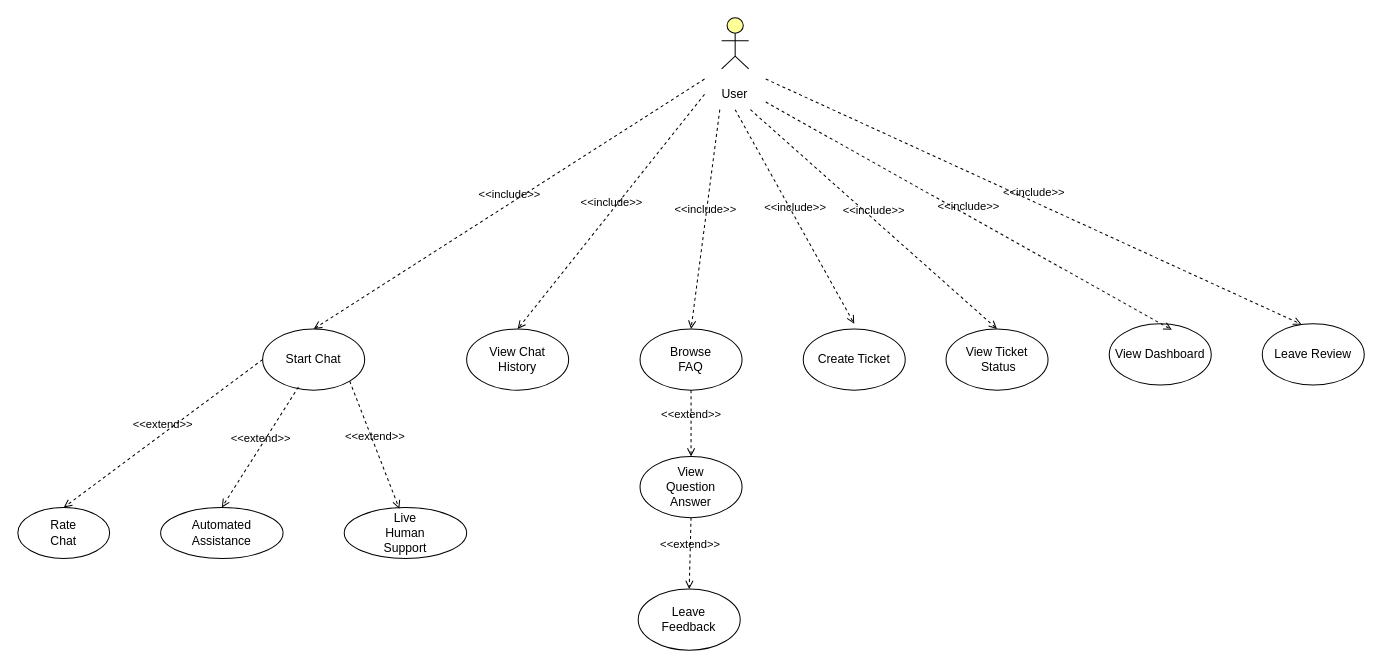
AlexandraMariasiu/UBB-SE-2026-CloudSpritzers keeps this draw.io diagram as planning/UserUseCaseDiagram.drawio. Above is the earlier version. Source tidied: cells renumbered, new cells numbered last; positions are measured from the earlier drawing's top-left corner, leaving out a move shared by most shapes. Both pictures are drawn from the tidied source at 102%, with x=0, y=0 at pixel (17, 17).
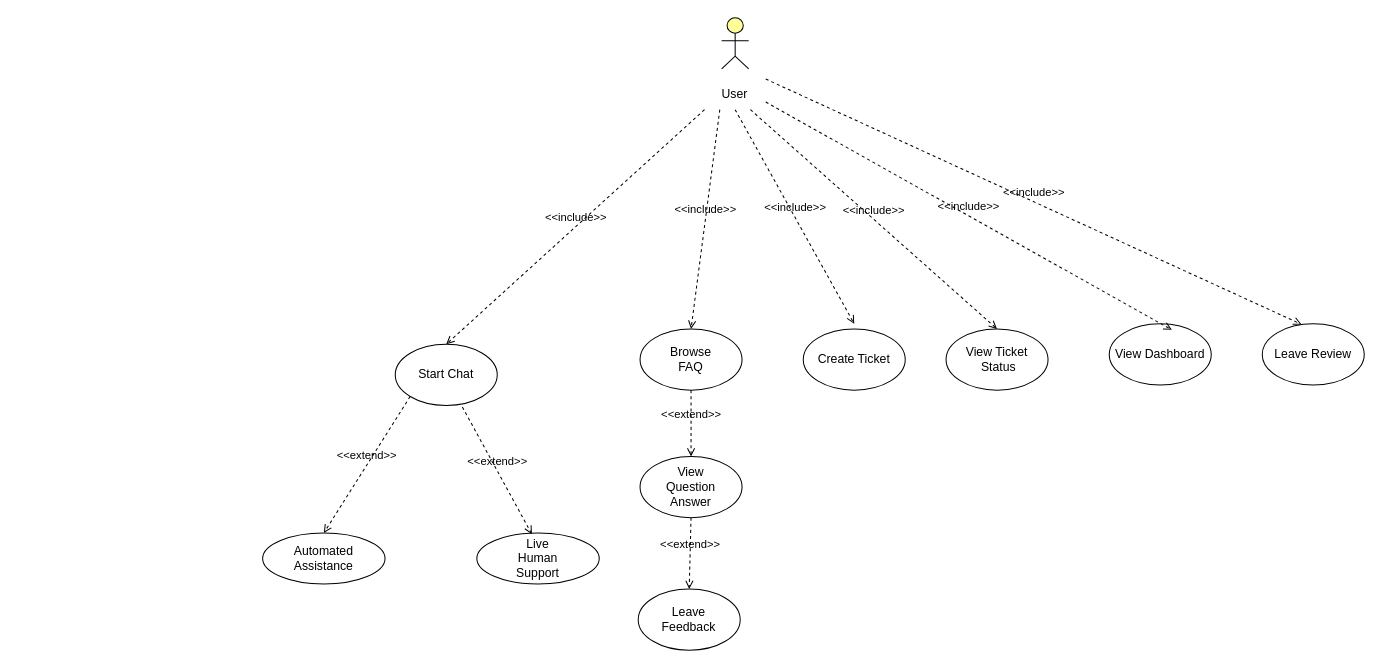
The same page after the edit.

Unchanged cells that the change refers to:
```xml
<mxCell id="3" value="User" style="text;html=1;whiteSpace=wrap;strokeColor=none;fillColor=none;align=center;verticalAlign=middle;rounded=0;" parent="1" vertex="1">
  <mxGeometry x="673.2" y="60" width="60" height="30" as="geometry" />
</mxCell>
```

What changed in the source:
```diff
@@
     <mxCell id="4" style="ellipse;whiteSpace=wrap;html=1;" parent="1" vertex="1">
-      <mxGeometry x="240" y="305" width="100" height="60" as="geometry" />
+      <mxGeometry x="370" y="320" width="100" height="60" as="geometry" />
     </mxCell>
     <mxCell id="5" value="Start Chat" style="text;html=1;whiteSpace=wrap;strokeColor=none;fillColor=none;align=center;verticalAlign=middle;rounded=0;" parent="1" vertex="1">
-      <mxGeometry x="260" y="320" width="60" height="30" as="geometry" />
+      <mxGeometry x="390" y="335" width="60" height="30" as="geometry" />
     </mxCell>
     <mxCell id="6" style="ellipse;whiteSpace=wrap;html=1;" parent="1" vertex="1">
-      <mxGeometry x="320" y="480" width="120" height="50" as="geometry" />
+      <mxGeometry x="450" y="505" width="120" height="50" as="geometry" />
     </mxCell>
     <mxCell id="7" style="ellipse;whiteSpace=wrap;html=1;" parent="1" vertex="1">
-      <mxGeometry x="140" y="480" width="120" height="50" as="geometry" />
+      <mxGeometry x="240" y="505" width="120" height="50" as="geometry" />
     </mxCell>
     <mxCell id="8" value="Automated Assistance" style="text;html=1;whiteSpace=wrap;strokeColor=none;fillColor=none;align=center;verticalAlign=middle;rounded=0;" parent="1" vertex="1">
-      <mxGeometry x="170" y="490" width="60" height="30" as="geometry" />
+      <mxGeometry x="270" y="515" width="60" height="30" as="geometry" />
     </mxCell>
     <mxCell id="9" value="Live Human Support" style="text;html=1;whiteSpace=wrap;strokeColor=none;fillColor=none;align=center;verticalAlign=middle;rounded=0;" parent="1" vertex="1">
-      <mxGeometry x="350" y="490" width="60" height="30" as="geometry" />
+      <mxGeometry x="480" y="515" width="60" height="30" as="geometry" />
     </mxCell>
-    <mxCell id="10" style="ellipse;whiteSpace=wrap;html=1;" parent="1" vertex="1">
-      <mxGeometry x="440" y="305" width="100" height="60" as="geometry" />
-    </mxCell>
-    <mxCell id="11" value="View Chat History" style="text;html=1;whiteSpace=wrap;strokeColor=none;fillColor=none;align=center;verticalAlign=middle;rounded=0;" parent="1" vertex="1">
-      <mxGeometry x="460" y="320" width="60" height="30" as="geometry" />
-    </mxCell>
-    <mxCell id="12" style="ellipse;whiteSpace=wrap;html=1;" parent="1" vertex="1">
-      <mxGeometry y="480" width="90" height="50" as="geometry" />
-    </mxCell>
-    <mxCell id="13" value="Rate Chat" style="text;html=1;whiteSpace=wrap;strokeColor=none;fillColor=none;align=center;verticalAlign=middle;rounded=0;" parent="1" vertex="1">
-      <mxGeometry x="20" y="497.5" width="50" height="15" as="geometry" />
-    </mxCell>
@@
-    <mxCell id="25" value="&amp;lt;&amp;lt;include&amp;gt;&amp;gt;" style="html=1;verticalAlign=bottom;labelBackgroundColor=none;endArrow=open;endFill=0;dashed=1;rounded=0;exitX=0;exitY=0;exitDx=0;exitDy=0;entryX=0.5;entryY=0;entryDx=0;entryDy=0;" parent="1" edge="1" source="3" target="4">
+    <mxCell id="25" value="&amp;lt;&amp;lt;include&amp;gt;&amp;gt;" style="html=1;verticalAlign=bottom;labelBackgroundColor=none;endArrow=open;endFill=0;dashed=1;rounded=0;exitX=0;exitY=1;exitDx=0;exitDy=0;entryX=0.5;entryY=0;entryDx=0;entryDy=0;" parent="1" edge="1" source="3" target="4">
       <mxGeometry relative="1" as="geometry" />
     </mxCell>
-    <mxCell id="26" value="&amp;lt;&amp;lt;include&amp;gt;&amp;gt;" style="html=1;verticalAlign=bottom;labelBackgroundColor=none;endArrow=open;endFill=0;dashed=1;rounded=0;exitX=0;exitY=0.5;exitDx=0;exitDy=0;entryX=0.5;entryY=0;entryDx=0;entryDy=0;" parent="1" edge="1" source="3" target="10">
-      <mxGeometry relative="1" as="geometry" />
-    </mxCell>
@@
-    <mxCell id="32" value="&amp;lt;&amp;lt;extend&amp;gt;&amp;gt;" style="html=1;verticalAlign=bottom;labelBackgroundColor=none;endArrow=open;endFill=0;dashed=1;rounded=0;entryX=0.5;entryY=0;entryDx=0;entryDy=0;exitX=0;exitY=0.5;exitDx=0;exitDy=0;" parent="1" edge="1" source="4" target="12">
-      <mxGeometry relative="1" as="geometry" />
-    </mxCell>
-    <mxCell id="33" value="&amp;lt;&amp;lt;extend&amp;gt;&amp;gt;" style="html=1;verticalAlign=bottom;labelBackgroundColor=none;endArrow=open;endFill=0;dashed=1;rounded=0;exitX=0.351;exitY=0.948;exitDx=0;exitDy=0;entryX=0.5;entryY=0;entryDx=0;entryDy=0;exitPerimeter=0;" parent="1" edge="1" source="4" target="7">
+    <mxCell id="33" value="&amp;lt;&amp;lt;extend&amp;gt;&amp;gt;" style="html=1;verticalAlign=bottom;labelBackgroundColor=none;endArrow=open;endFill=0;dashed=1;rounded=0;exitX=0;exitY=1;exitDx=0;exitDy=0;entryX=0.5;entryY=0;entryDx=0;entryDy=0;" parent="1" edge="1" source="4" target="7">
       <mxGeometry relative="1" as="geometry" />
     </mxCell>
-    <mxCell id="34" value="&amp;lt;&amp;lt;extend&amp;gt;&amp;gt;" style="html=1;verticalAlign=bottom;labelBackgroundColor=none;endArrow=open;endFill=0;dashed=1;rounded=0;exitX=1;exitY=1;exitDx=0;exitDy=0;entryX=0.45;entryY=0.027;entryDx=0;entryDy=0;entryPerimeter=0;" parent="1" edge="1" source="4" target="6">
+    <mxCell id="34" value="&amp;lt;&amp;lt;extend&amp;gt;&amp;gt;" style="html=1;verticalAlign=bottom;labelBackgroundColor=none;endArrow=open;endFill=0;dashed=1;rounded=0;exitX=0.658;exitY=1.025;exitDx=0;exitDy=0;entryX=0.45;entryY=0.027;entryDx=0;entryDy=0;entryPerimeter=0;exitPerimeter=0;" parent="1" edge="1" source="4" target="6">
       <mxGeometry relative="1" as="geometry" />
     </mxCell>
```
